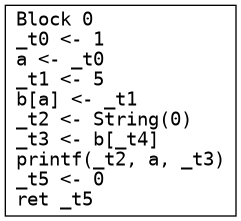
This is main.png from seanchuck/compiler-s25, a Graphviz export, as it was before one commit. Its source is kept beside it as main.dot.
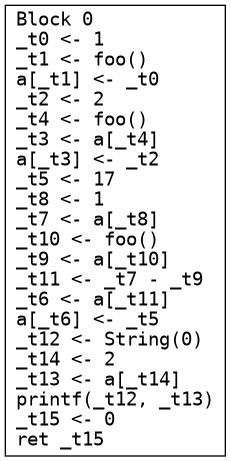
After the change.

Change to the diagram source:
```diff
@@ -1,4 +1,4 @@
 digraph CFG {
   node [shape=box fontname="monospace"];
-  0 [label="Block 0\l_t0 <- 1\la <- _t0\l_t1 <- 5\lb[a] <- _t1\l_t2 <- String(0)\l_t3 <- b[_t4]\lprintf(_t2, a, _t3)\l_t5 <- 0\lret _t5\l"];
+  0 [label="Block 0\l_t0 <- 1\l_t1 <- foo()\la[_t1] <- _t0\l_t2 <- 2\l_t4 <- foo()\l_t3 <- a[_t4]\la[_t3] <- _t2\l_t5 <- 17\l_t8 <- 1\l_t7 <- a[_t8]\l_t10 <- foo()\l_t9 <- a[_t10]\l_t11 <- _t7 - _t9\l_t6 <- a[_t11]\la[_t6] <- _t5\l_t12 <- String(0)\l_t14 <- 2\l_t13 <- a[_t14]\lprintf(_t12, _t13)\l_t15 <- 0\lret _t15\l"];
 }
```
